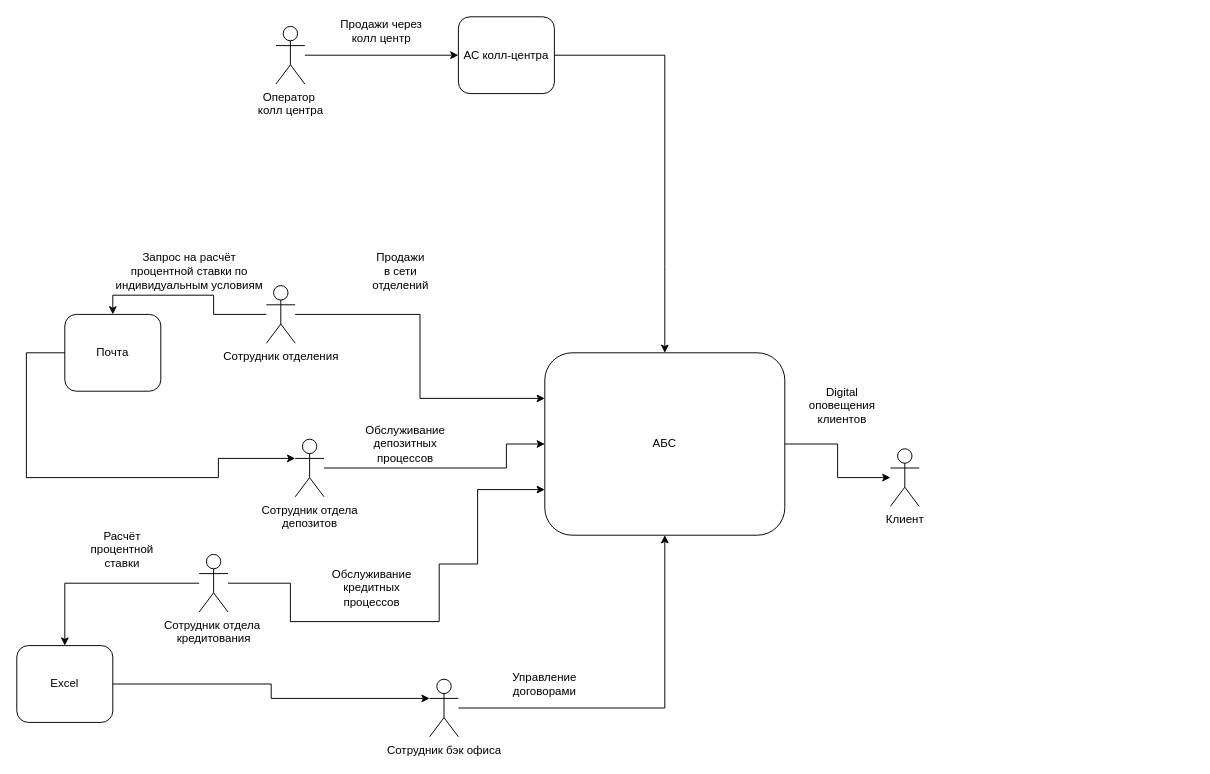
Above: Task1/Схема интеграции.drawio in Laborant90/architecture-standart (draw.io), before the change. Source tidied: cells renumbered, new cells numbered last; positions are measured from the earlier drawing's top-left corner, leaving out a move shared by most shapes. Both pictures are drawn from the tidied source at 96%, with x=0, y=0 at pixel (16, 16).
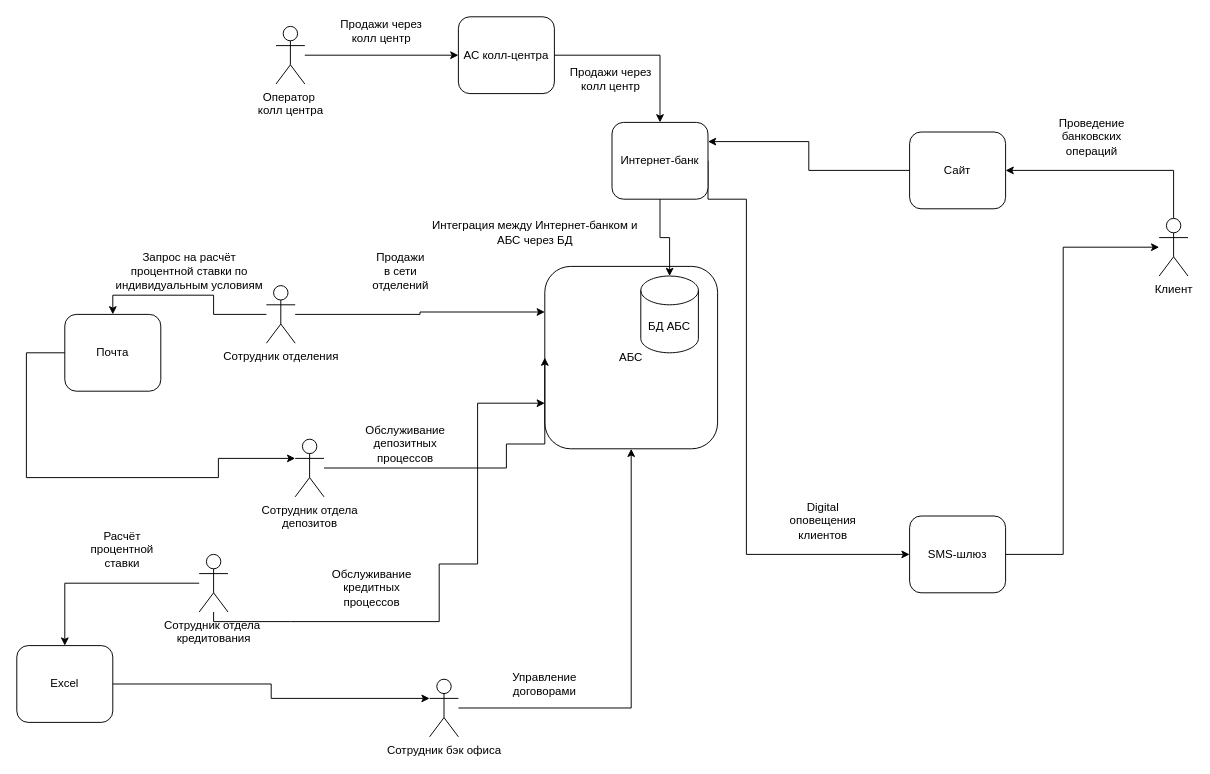
After the change.

The change refers to these unchanged cells:
```xml
<mxCell id="8" value="АС колл-центра" style="rounded=1;whiteSpace=wrap;html=1;" parent="1" vertex="1">
  <mxGeometry x="460" width="100" height="80" as="geometry" />
</mxCell>
```

Change to the diagram source:
```diff
@@
-    <mxCell id="3" style="edgeStyle=orthogonalEdgeStyle;rounded=0;jettySize=auto;html=1;" parent="1" edge="1" source="4" target="13">
-      <mxGeometry relative="1" as="geometry" />
-    </mxCell>
+    <mxCell id="31" style="edgeStyle=orthogonalEdgeStyle;rounded=0;jettySize=auto;html=1;entryX=0;entryY=0.5;entryDx=0;entryDy=0;exitX=1;exitY=0.5;exitDx=0;exitDy=0;" parent="1" edge="1" source="35" target="37">
+      <mxGeometry relative="1" as="geometry">
+        <Array as="points">
+          <mxPoint x="720" y="190" />
+          <mxPoint x="760" y="190" />
+          <mxPoint x="760" y="560" />
+        </Array>
+      </mxGeometry>
+    </mxCell>
     <mxCell id="4" value="АБС" style="rounded=1;whiteSpace=wrap;html=1;" parent="1" vertex="1">
-      <mxGeometry x="550" y="350" width="250" height="190" as="geometry" />
+      <mxGeometry x="550" y="260" width="180" height="190" as="geometry" />
     </mxCell>
@@
+    <mxCell id="32" style="edgeStyle=orthogonalEdgeStyle;rounded=0;jettySize=auto;html=1;entryX=1;entryY=0.5;entryDx=0;entryDy=0;" parent="1" edge="1" source="13" target="34">
+      <mxGeometry relative="1" as="geometry">
+        <Array as="points">
+          <mxPoint x="1205" y="160" />
+        </Array>
+      </mxGeometry>
+    </mxCell>
     <mxCell id="13" value="Клиент" style="shape=umlActor;verticalLabelPosition=bottom;verticalAlign=top;html=1;" parent="1" vertex="1">
-      <mxGeometry x="910" y="450" width="30" height="60" as="geometry" />
+      <mxGeometry x="1190" y="210" width="30" height="60" as="geometry" />
     </mxCell>
@@
-    <mxCell id="15" style="endArrow=classic;html=1;rounded=0;exitX=1;exitY=0.5;exitDx=0;exitDy=0;entryX=0.5;entryY=0;entryDx=0;entryDy=0;" parent="1" edge="1" source="8" target="4">
+    <mxCell id="15" style="endArrow=classic;html=1;rounded=0;exitX=1;exitY=0.5;exitDx=0;exitDy=0;entryX=0.5;entryY=0;entryDx=0;entryDy=0;" parent="1" edge="1" source="8" target="35">
       <mxGeometry relative="1" as="geometry">
         <Array as="points">
-          <mxPoint x="675" y="40" />
-          <mxPoint x="675" y="260" />
+          <mxPoint x="670" y="40" />
         </Array>
       </mxGeometry>
     </mxCell>
@@
     <mxCell id="20" value="Digital оповещения клиентов" style="text;html=1;align=center;verticalAlign=middle;whiteSpace=wrap;rounded=0;" parent="1" vertex="1">
-      <mxGeometry x="830" y="390" width="60" height="30" as="geometry" />
+      <mxGeometry x="810" y="510" width="60" height="30" as="geometry" />
     </mxCell>
@@
+    <mxCell id="33" style="edgeStyle=orthogonalEdgeStyle;rounded=0;jettySize=auto;html=1;entryX=1;entryY=0.25;entryDx=0;entryDy=0;" parent="1" edge="1" source="34" target="35">
+      <mxGeometry relative="1" as="geometry" />
+    </mxCell>
+    <mxCell id="34" value="Сайт" style="rounded=1;whiteSpace=wrap;html=1;" parent="1" vertex="1">
+      <mxGeometry x="930" y="120" width="100" height="80" as="geometry" />
+    </mxCell>
+    <mxCell id="35" value="Интернет-банк" style="rounded=1;whiteSpace=wrap;html=1;" parent="1" vertex="1">
+      <mxGeometry x="620" y="110" width="100" height="80" as="geometry" />
+    </mxCell>
+    <mxCell id="36" style="edgeStyle=orthogonalEdgeStyle;rounded=0;jettySize=auto;html=1;" parent="1" edge="1" source="37" target="13">
+      <mxGeometry relative="1" as="geometry">
+        <Array as="points">
+          <mxPoint x="1090" y="560" />
+          <mxPoint x="1090" y="240" />
+        </Array>
+      </mxGeometry>
+    </mxCell>
+    <mxCell id="37" value="SMS-шлюз" style="rounded=1;whiteSpace=wrap;html=1;" parent="1" vertex="1">
+      <mxGeometry x="930" y="520" width="100" height="80" as="geometry" />
+    </mxCell>
+    <mxCell id="38" value="Продажи через колл центр" style="text;html=1;align=center;verticalAlign=middle;whiteSpace=wrap;rounded=0;" parent="1" vertex="1">
+      <mxGeometry x="564" y="50" width="110" height="30" as="geometry" />
+    </mxCell>
+    <mxCell id="39" value="Проведение банковских операций" style="text;html=1;align=center;verticalAlign=middle;whiteSpace=wrap;rounded=0;" parent="1" vertex="1">
+      <mxGeometry x="1090" y="110" width="60" height="30" as="geometry" />
+    </mxCell>
+    <mxCell id="40" value="БД АБС" style="shape=cylinder3;whiteSpace=wrap;html=1;boundedLbl=1;backgroundOutline=1;size=15;" parent="1" vertex="1">
+      <mxGeometry x="650" y="270" width="60" height="80" as="geometry" />
+    </mxCell>
+    <mxCell id="41" style="edgeStyle=orthogonalEdgeStyle;rounded=0;jettySize=auto;html=1;exitX=0.5;exitY=1;exitDx=0;exitDy=0;entryX=0.5;entryY=0;entryDx=0;entryDy=0;entryPerimeter=0;" parent="1" edge="1" source="35" target="40">
+      <mxGeometry relative="1" as="geometry" />
+    </mxCell>
+    <mxCell id="42" value="Интеграция между Интернет-банком и АБС через БД" style="text;html=1;align=center;verticalAlign=middle;whiteSpace=wrap;rounded=0;" parent="1" vertex="1">
+      <mxGeometry x="420" y="210" width="240" height="30" as="geometry" />
+    </mxCell>
```
